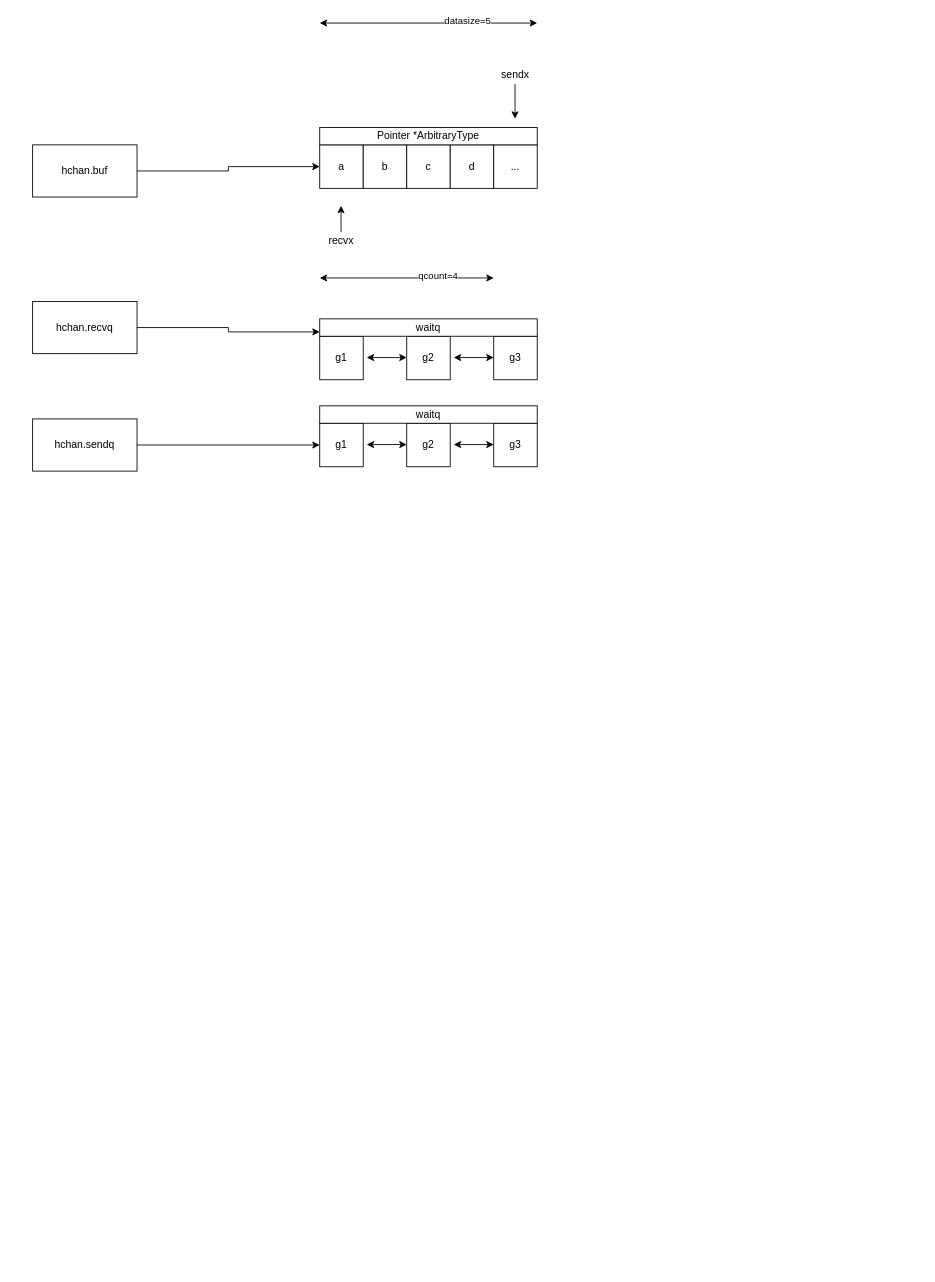
Before: golang_chan.drawio in mqzhifu/drawpic, a draw.io diagram. Source tidied: cells renumbered, new cells numbered last; positions are measured from the earlier drawing's top-left corner, leaving out a move shared by most shapes. Both pictures are drawn from the tidied source at 87%, with x=0, y=0 at pixel (32, 23).
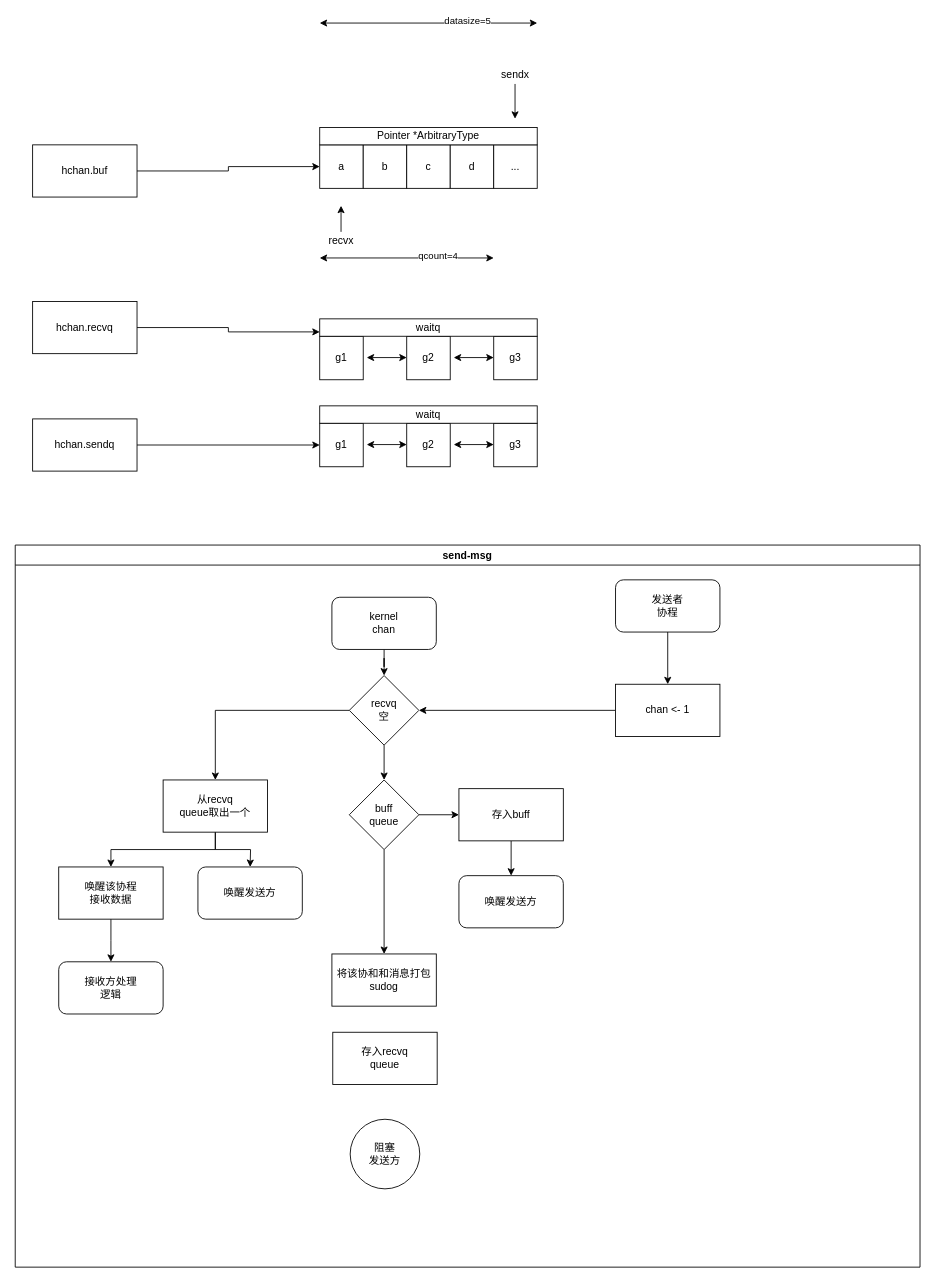
The same page after the edit.

Change to the diagram source:
```diff
@@
     <mxCell id="28" style="endArrow=classic;startArrow=classic;html=1;" parent="1" edge="1">
       <mxGeometry relative="1" as="geometry">
-        <mxPoint x="330" y="293" as="sourcePoint" />
-        <mxPoint x="530" y="293" as="targetPoint" />
+        <mxPoint x="330" y="270" as="sourcePoint" />
+        <mxPoint x="530" y="270" as="targetPoint" />
       </mxGeometry>
     </mxCell>
@@
+    <mxCell id="34" value="send-msg" style="swimlane;" parent="1" vertex="1">
+      <mxGeometry x="-20" y="600" width="1040" height="830" as="geometry" />
+    </mxCell>
+    <mxCell id="35" style="edgeStyle=orthogonalEdgeStyle;rounded=0;jettySize=auto;html=1;entryX=0.5;entryY=0;entryDx=0;entryDy=0;" parent="34" edge="1" source="36" target="40">
+      <mxGeometry relative="1" as="geometry" />
+    </mxCell>
+    <mxCell id="36" value="发送者&lt;br&gt;协程" style="rounded=1;whiteSpace=wrap;html=1;" parent="34" vertex="1">
+      <mxGeometry x="690" y="40" width="120" height="60" as="geometry" />
+    </mxCell>
+    <mxCell id="37" style="edgeStyle=orthogonalEdgeStyle;rounded=0;jettySize=auto;html=1;" parent="34" edge="1" source="38" target="43">
+      <mxGeometry relative="1" as="geometry" />
+    </mxCell>
+    <mxCell id="38" value="kernel&lt;br&gt;chan" style="rounded=1;whiteSpace=wrap;html=1;" parent="34" vertex="1">
+      <mxGeometry x="364" y="60" width="120" height="60" as="geometry" />
+    </mxCell>
+    <mxCell id="39" style="edgeStyle=orthogonalEdgeStyle;rounded=0;jettySize=auto;html=1;entryX=1;entryY=0.5;entryDx=0;entryDy=0;" parent="34" edge="1" source="40" target="43">
+      <mxGeometry relative="1" as="geometry" />
+    </mxCell>
+    <mxCell id="40" value="chan &amp;lt;- 1" style="rounded=0;whiteSpace=wrap;html=1;" parent="34" vertex="1">
+      <mxGeometry x="690" y="160" width="120" height="60" as="geometry" />
+    </mxCell>
+    <mxCell id="41" style="edgeStyle=orthogonalEdgeStyle;rounded=0;jettySize=auto;html=1;" parent="34" edge="1" source="43" target="46">
+      <mxGeometry relative="1" as="geometry" />
+    </mxCell>
+    <mxCell id="42" style="edgeStyle=orthogonalEdgeStyle;rounded=0;jettySize=auto;html=1;entryX=0.5;entryY=0;entryDx=0;entryDy=0;" parent="34" edge="1" source="43" target="51">
+      <mxGeometry relative="1" as="geometry" />
+    </mxCell>
+    <mxCell id="43" value="recvq&lt;br&gt;空" style="rhombus;whiteSpace=wrap;html=1;" parent="34" vertex="1">
+      <mxGeometry x="384" y="150" width="80" height="80" as="geometry" />
+    </mxCell>
+    <mxCell id="44" style="edgeStyle=orthogonalEdgeStyle;rounded=0;jettySize=auto;html=1;" parent="34" edge="1" source="46" target="48">
+      <mxGeometry relative="1" as="geometry" />
+    </mxCell>
+    <mxCell id="45" style="edgeStyle=orthogonalEdgeStyle;rounded=0;jettySize=auto;html=1;" parent="34" edge="1" source="46">
+      <mxGeometry relative="1" as="geometry">
+        <mxPoint x="270" y="370" as="targetPoint" />
+      </mxGeometry>
+    </mxCell>
+    <mxCell id="46" value="从recvq&lt;br&gt;queue取出一个" style="rounded=0;whiteSpace=wrap;html=1;" parent="34" vertex="1">
+      <mxGeometry x="170" y="270" width="120" height="60" as="geometry" />
+    </mxCell>
+    <mxCell id="47" style="edgeStyle=orthogonalEdgeStyle;rounded=0;jettySize=auto;html=1;entryX=0.5;entryY=0;entryDx=0;entryDy=0;" parent="34" edge="1" source="48">
+      <mxGeometry relative="1" as="geometry">
+        <mxPoint x="110" y="479" as="targetPoint" />
+      </mxGeometry>
+    </mxCell>
+    <mxCell id="48" value="唤醒该协程&lt;br&gt;接收数据" style="rounded=0;whiteSpace=wrap;html=1;" parent="34" vertex="1">
+      <mxGeometry x="50" y="370" width="120" height="60" as="geometry" />
+    </mxCell>
+    <mxCell id="49" style="edgeStyle=orthogonalEdgeStyle;rounded=0;jettySize=auto;html=1;entryX=0;entryY=0.5;entryDx=0;entryDy=0;" parent="34" edge="1" source="51" target="53">
+      <mxGeometry relative="1" as="geometry" />
+    </mxCell>
+    <mxCell id="50" style="edgeStyle=orthogonalEdgeStyle;rounded=0;jettySize=auto;html=1;entryX=0.5;entryY=0;entryDx=0;entryDy=0;" parent="34" edge="1" source="51" target="54">
+      <mxGeometry relative="1" as="geometry" />
+    </mxCell>
+    <mxCell id="51" value="buff&lt;br&gt;queue" style="rhombus;whiteSpace=wrap;html=1;" parent="34" vertex="1">
+      <mxGeometry x="384" y="270" width="80" height="80" as="geometry" />
+    </mxCell>
+    <mxCell id="52" style="edgeStyle=orthogonalEdgeStyle;rounded=0;jettySize=auto;html=1;entryX=0.5;entryY=0;entryDx=0;entryDy=0;" parent="34" edge="1" source="53" target="57">
+      <mxGeometry relative="1" as="geometry" />
+    </mxCell>
+    <mxCell id="53" value="存入buff" style="rounded=0;whiteSpace=wrap;html=1;" parent="34" vertex="1">
+      <mxGeometry x="510" y="280" width="120" height="60" as="geometry" />
+    </mxCell>
+    <mxCell id="54" value="将该协和和消息打包&lt;br&gt;sudog" style="rounded=0;whiteSpace=wrap;html=1;" parent="34" vertex="1">
+      <mxGeometry x="364" y="470" width="120" height="60" as="geometry" />
+    </mxCell>
+    <mxCell id="55" value="&lt;span&gt;接收方处理&lt;/span&gt;&lt;br&gt;&lt;span&gt;逻辑&lt;/span&gt;" style="rounded=1;whiteSpace=wrap;html=1;" parent="34" vertex="1">
+      <mxGeometry x="50" y="479" width="120" height="60" as="geometry" />
+    </mxCell>
+    <mxCell id="56" value="&lt;span&gt;唤醒发送方&lt;/span&gt;" style="rounded=1;whiteSpace=wrap;html=1;" parent="34" vertex="1">
+      <mxGeometry x="210" y="370" width="120" height="60" as="geometry" />
+    </mxCell>
+    <mxCell id="57" value="&lt;span&gt;唤醒发送方&lt;/span&gt;" style="rounded=1;whiteSpace=wrap;html=1;" parent="34" vertex="1">
+      <mxGeometry x="510" y="380" width="120" height="60" as="geometry" />
+    </mxCell>
+    <mxCell id="58" value="存入recvq&lt;br&gt;queue" style="rounded=0;whiteSpace=wrap;html=1;" parent="34" vertex="1">
+      <mxGeometry x="365" y="560" width="120" height="60" as="geometry" />
+    </mxCell>
+    <mxCell id="59" value="阻塞&lt;br&gt;发送方" style="ellipse;whiteSpace=wrap;html=1;" parent="34" vertex="1">
+      <mxGeometry x="385" y="660" width="80" height="80" as="geometry" />
+    </mxCell>
```
